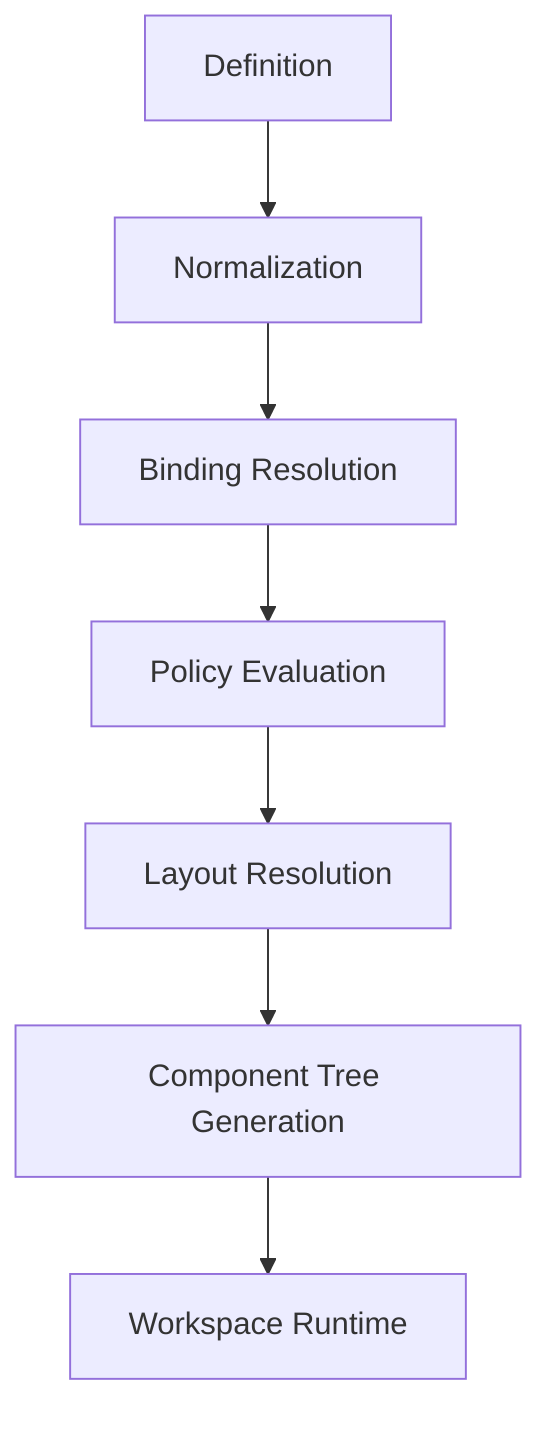
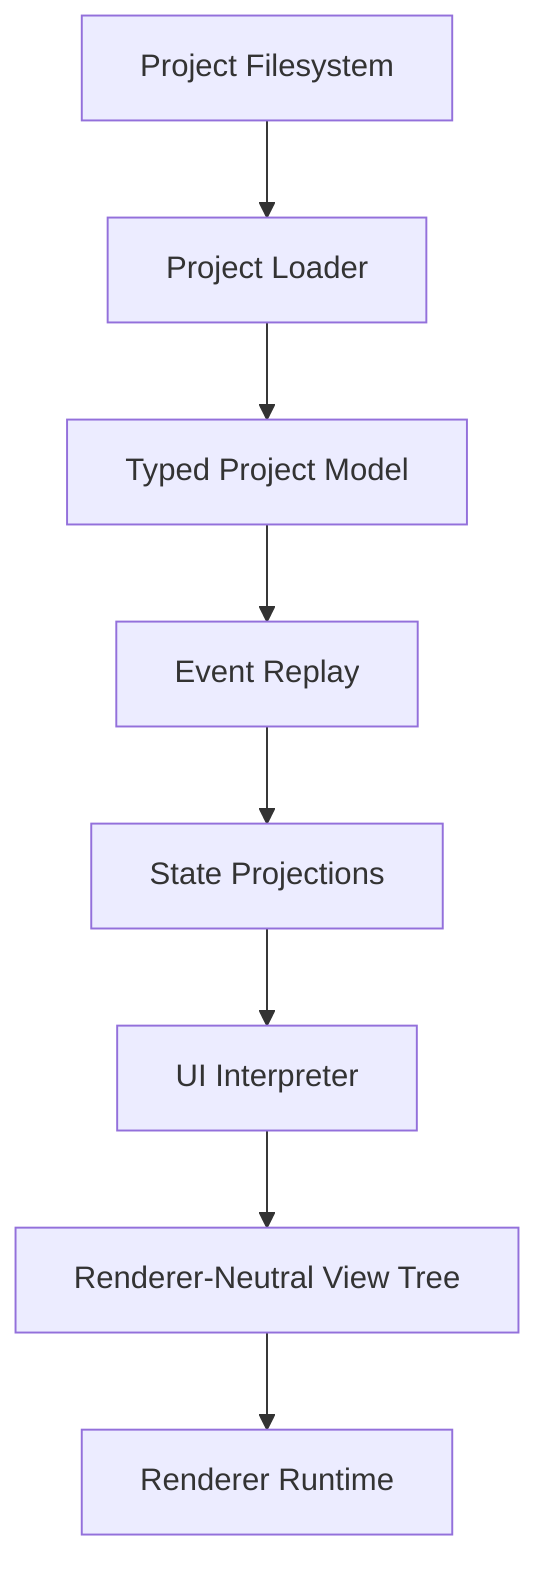
flowchart TD
-     DEF[Definition]
-     N[Normalization]
-     B[Binding Resolution]
-     POL[Policy Evaluation]
-     L[Layout Resolution]
-     C[Component Tree Generation]
-     R[Workspace Runtime]
+     FS[Project Filesystem]
+     L[Project Loader]
+     M[Typed Project Model]
+     E[Event Replay]
+     PROJ[State Projections]
+     I[UI Interpreter]
+     C[Renderer-Neutral View Tree]
+     R[Renderer Runtime]

-     DEF --> N
-     N --> B
-     B --> POL
-     POL --> L
-     L --> C
+     FS --> L
+     L --> M
+     M --> E
+     E --> PROJ
+     PROJ --> I
+     I --> C
    C --> R
